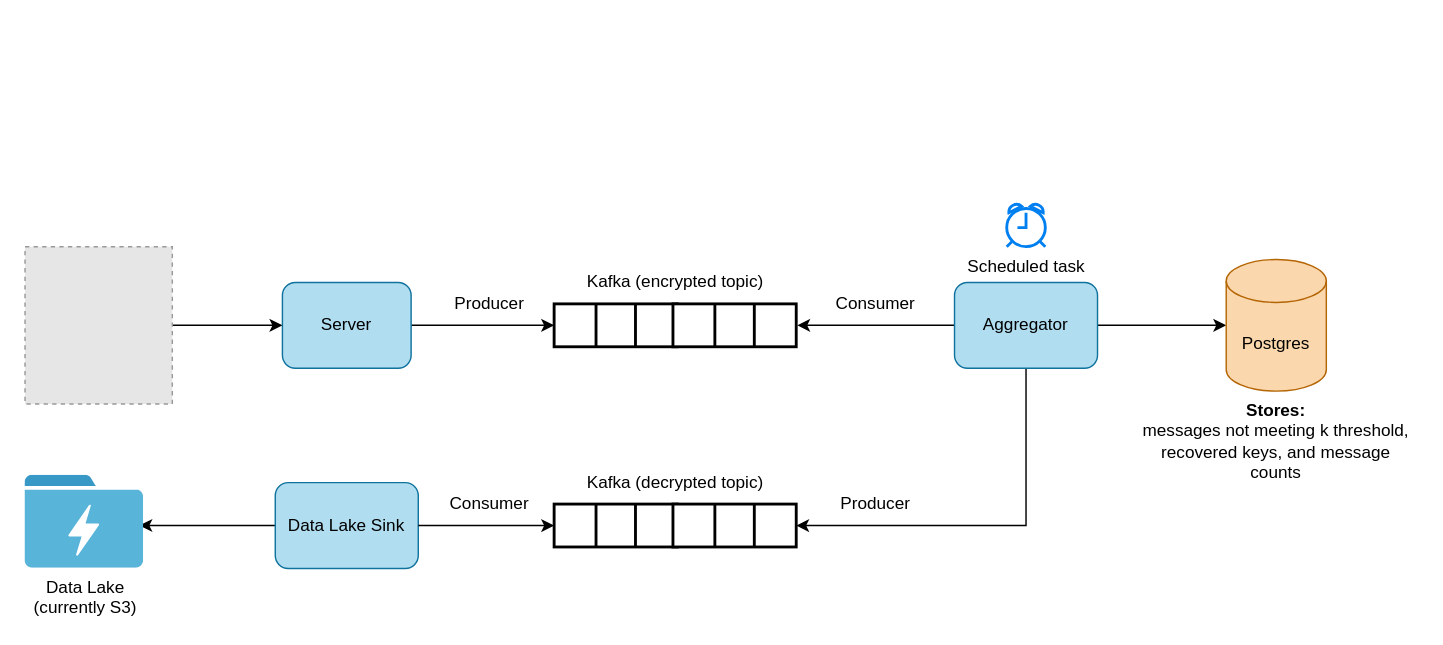
The draw.io diagram misc/flow.drawio in brave/constellation-processors, before the edit. Source tidied: cells renumbered, new cells numbered last; positions are measured from the earlier drawing's top-left corner, leaving out a move shared by most shapes. Both pictures are drawn from the tidied source at 143%, with x=0, y=0 at pixel (24, 203). Pictures stored in the file or linked from it are replaced by grey dashed boxes.
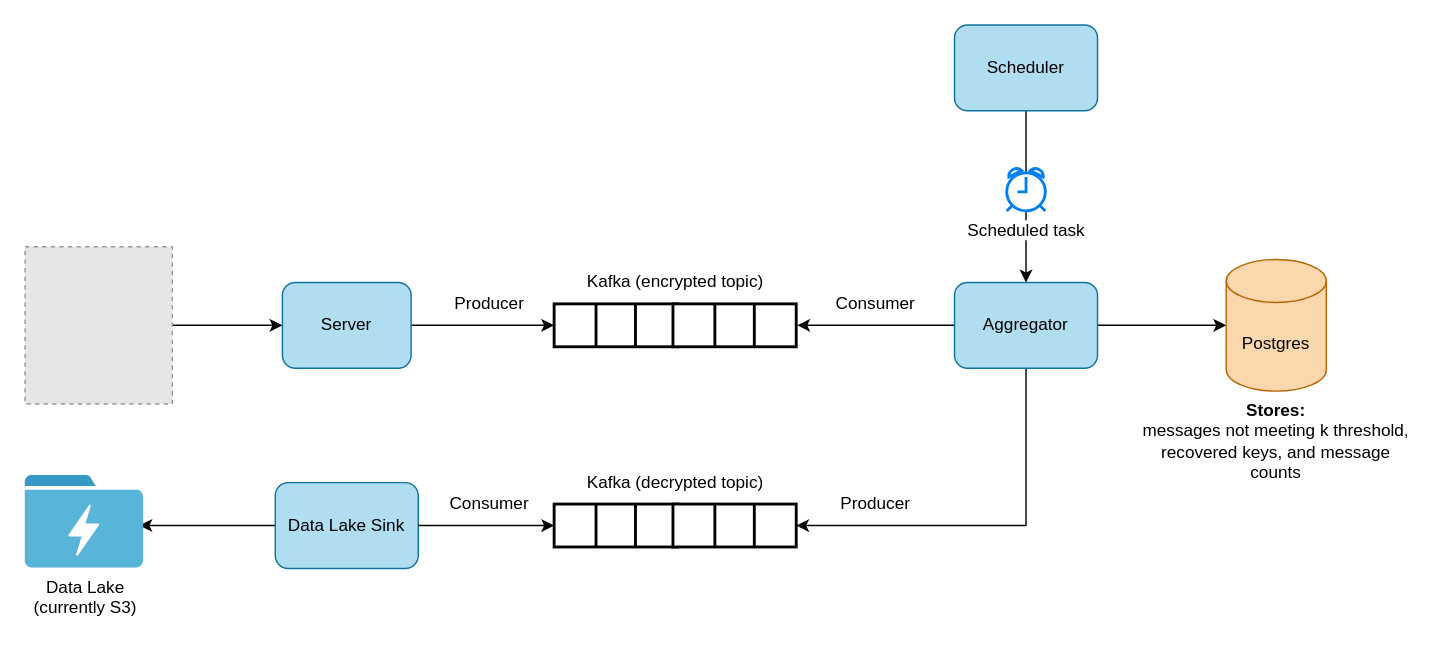
The same diagram, later.

The change refers to these unchanged cells:
```xml
<mxCell id="13" value="Aggregator" style="rounded=1;whiteSpace=wrap;html=1;strokeColor=#10739e;fillColor=#b1ddf0;" parent="1" vertex="1">
  <mxGeometry x="650" y="55" width="100" height="60" as="geometry" />
</mxCell>
```

The edit, as a diff of the source:
```diff
@@
-    <mxCell id="14" value="Scheduled task" style="html=1;verticalLabelPosition=bottom;align=center;labelBackgroundColor=#ffffff;verticalAlign=top;strokeWidth=2;strokeColor=#0080F0;shadow=0;dashed=0;shape=mxgraph.ios7.icons.alarm_clock;" parent="1" vertex="1">
-      <mxGeometry x="686.5" width="27" height="30" as="geometry" />
-    </mxCell>
@@
+    <mxCell id="29" style="edgeStyle=orthogonalEdgeStyle;rounded=0;jettySize=auto;html=1;exitX=0.5;exitY=1;exitDx=0;exitDy=0;" parent="1" edge="1" source="30" target="13">
+      <mxGeometry relative="1" as="geometry" />
+    </mxCell>
+    <mxCell id="30" value="Scheduler" style="rounded=1;whiteSpace=wrap;html=1;strokeColor=#10739e;fillColor=#b1ddf0;" parent="1" vertex="1">
+      <mxGeometry x="650" y="-125" width="100" height="60" as="geometry" />
+    </mxCell>
+    <mxCell id="14" value="Scheduled task" style="html=1;verticalLabelPosition=bottom;align=center;labelBackgroundColor=#ffffff;verticalAlign=top;strokeWidth=2;strokeColor=#0080F0;shadow=0;dashed=0;shape=mxgraph.ios7.icons.alarm_clock;" parent="1" vertex="1">
+      <mxGeometry x="686.5" y="-25" width="27" height="30" as="geometry" />
+    </mxCell>
```
